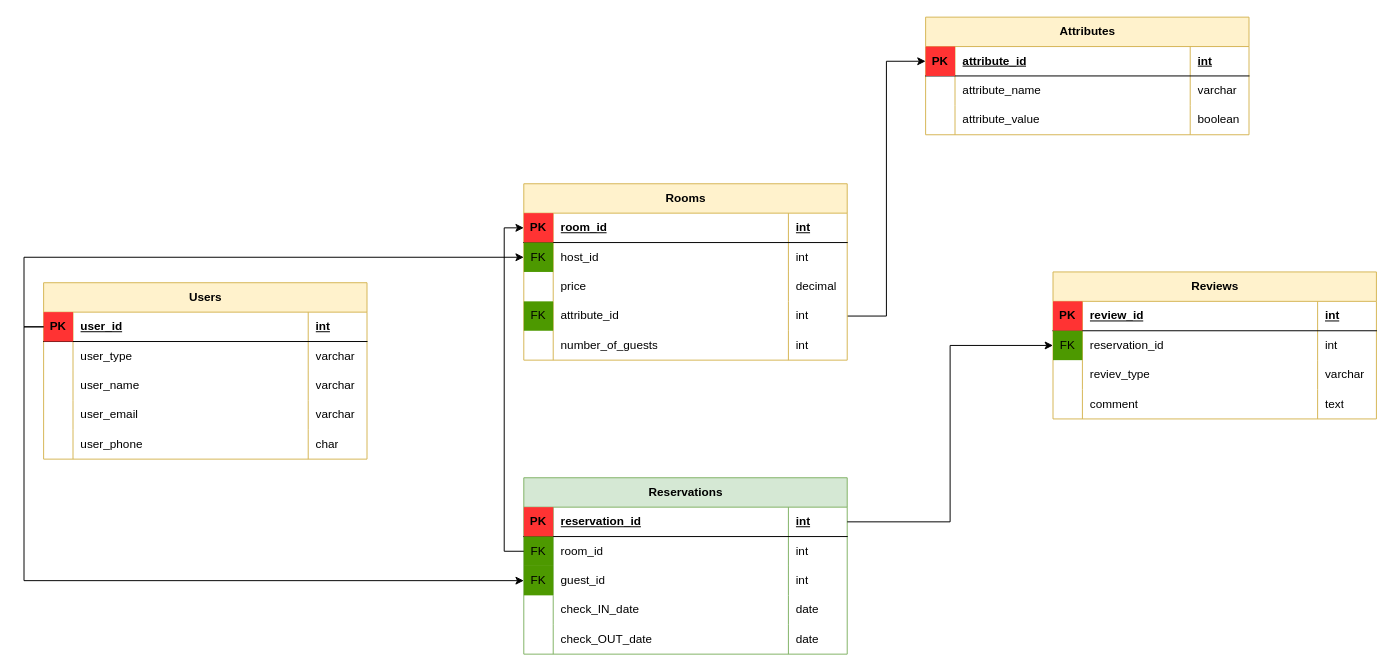
The draw.io diagram airbnb_diagram.drawio in Olha-Zhernosek/projector_homeworks, before the edit. Source tidied: cells renumbered, new cells numbered last; positions are measured from the earlier drawing's top-left corner, leaving out a move shared by most shapes. Both pictures are drawn from the tidied source at 98%, with x=0, y=0 at pixel (43, 17).
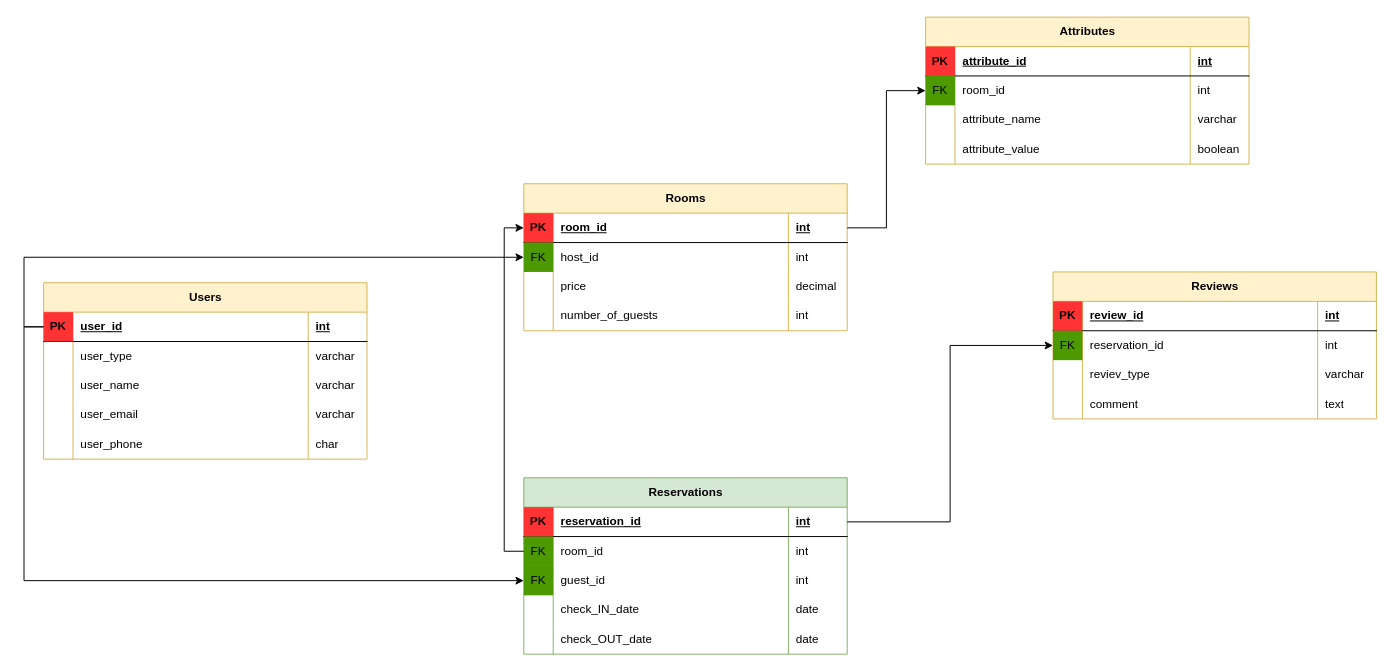
Above is the later version.

Unchanged cells that the change refers to:
```xml
<mxCell id="63" style="shape=tableRow;horizontal=0;startSize=0;swimlaneHead=0;swimlaneBody=0;fillColor=none;points=[[0,0.5],[1,0.5]];portConstraint=eastwest;top=0;left=0;right=0;bottom=1;" parent="62" vertex="1">
  <mxGeometry y="30" width="330" height="30" as="geometry" />
</mxCell>
<mxCell id="88" style="shape=tableRow;horizontal=0;startSize=0;swimlaneHead=0;swimlaneBody=0;fillColor=none;points=[[0,0.5],[1,0.5]];portConstraint=eastwest;top=0;left=0;right=0;bottom=1;" parent="87" vertex="1">
  <mxGeometry y="30" width="330" height="30" as="geometry" />
</mxCell>
<mxCell id="92" style="shape=tableRow;horizontal=0;startSize=0;swimlaneHead=0;swimlaneBody=0;fillColor=none;points=[[0,0.5],[1,0.5]];portConstraint=eastwest;top=0;left=0;right=0;bottom=0;" parent="87" vertex="1">
  <mxGeometry y="60" width="330" height="30" as="geometry" />
</mxCell>
```

Diff of the diagram source:
```diff
@@
-    <mxCell id="61" style="edgeStyle=orthogonalEdgeStyle;rounded=0;jettySize=auto;html=1;exitX=1;exitY=0.75;exitDx=0;exitDy=0;entryX=0;entryY=0.5;entryDx=0;entryDy=0;" parent="1" edge="1" source="62" target="88">
-      <mxGeometry relative="1" as="geometry" />
-    </mxCell>
     <mxCell id="62" value="Rooms" style="shape=table;startSize=30;childLayout=tableLayout;rowLines=0;fontStyle=1;align=center;html=1;fillColor=#fff2cc;strokeColor=#d6b656;" parent="1" vertex="1">
-      <mxGeometry x="490" y="170" width="330" height="180" as="geometry" />
+      <mxGeometry x="490" y="170" width="330" height="150" as="geometry" />
     </mxCell>
@@
-    <mxCell id="75" style="shape=tableRow;horizontal=0;startSize=0;swimlaneHead=0;swimlaneBody=0;fillColor=none;top=0;left=0;right=0;bottom=0;" parent="62" vertex="1">
-      <mxGeometry y="120" width="330" height="30" as="geometry" />
-    </mxCell>
-    <mxCell id="76" value="FK" style="shape=partialRectangle;fillColor=#4D9900;top=0;left=0;bottom=0;right=0;overflow=hidden;whiteSpace=wrap;html=1;" parent="75" vertex="1">
-      <mxGeometry width="30" height="30" as="geometry" />
-    </mxCell>
-    <mxCell id="77" value="attribute_id" style="shape=partialRectangle;fillColor=none;top=0;left=0;bottom=0;right=0;align=left;spacingLeft=6;overflow=hidden;whiteSpace=wrap;html=1;" parent="75" vertex="1">
-      <mxGeometry x="30" width="240" height="30" as="geometry" />
-    </mxCell>
-    <mxCell id="78" value="int" style="shape=partialRectangle;fillColor=none;top=0;left=0;bottom=0;right=0;align=left;spacingLeft=6;overflow=hidden;whiteSpace=wrap;html=1;" parent="75" vertex="1">
-      <mxGeometry x="270" width="60" height="30" as="geometry" />
-    </mxCell>
     <mxCell id="79" style="shape=tableRow;horizontal=0;startSize=0;swimlaneHead=0;swimlaneBody=0;fillColor=none;top=0;left=0;right=0;bottom=0;" parent="62" vertex="1">
-      <mxGeometry y="150" width="330" height="30" as="geometry" />
+      <mxGeometry y="120" width="330" height="30" as="geometry" />
     </mxCell>
@@
     <mxCell id="87" value="Attributes" style="shape=table;startSize=30;childLayout=tableLayout;rowLines=0;fontStyle=1;align=center;html=1;fillColor=#fff2cc;strokeColor=#d6b656;" parent="1" vertex="1">
-      <mxGeometry x="900" width="330" height="120" as="geometry" />
+      <mxGeometry x="900" width="330" height="150" as="geometry" />
     </mxCell>
@@
-    <mxCell id="93" style="shape=partialRectangle;fillColor=none;top=0;left=0;bottom=0;right=0;overflow=hidden;whiteSpace=wrap;html=1;" parent="92" vertex="1">
+    <mxCell id="93" value="FK" style="shape=partialRectangle;fillColor=#4D9900;top=0;left=0;bottom=0;right=0;overflow=hidden;whiteSpace=wrap;html=1;" parent="92" vertex="1">
       <mxGeometry width="30" height="30" as="geometry" />
     </mxCell>
-    <mxCell id="94" value="attribute_name" style="shape=partialRectangle;fillColor=none;top=0;left=0;bottom=0;right=0;align=left;spacingLeft=6;overflow=hidden;whiteSpace=wrap;html=1;" parent="92" vertex="1">
+    <mxCell id="94" value="room_id" style="shape=partialRectangle;fillColor=none;top=0;left=0;bottom=0;right=0;align=left;spacingLeft=6;overflow=hidden;whiteSpace=wrap;html=1;" parent="92" vertex="1">
       <mxGeometry x="30" width="240" height="30" as="geometry" />
     </mxCell>
-    <mxCell id="95" value="varchar" style="shape=partialRectangle;fillColor=none;top=0;left=0;bottom=0;right=0;align=left;spacingLeft=6;overflow=hidden;whiteSpace=wrap;html=1;" parent="92" vertex="1">
+    <mxCell id="95" value="int" style="shape=partialRectangle;fillColor=none;top=0;left=0;bottom=0;right=0;align=left;spacingLeft=6;overflow=hidden;whiteSpace=wrap;html=1;" parent="92" vertex="1">
       <mxGeometry x="270" width="60" height="30" as="geometry" />
     </mxCell>
+    <mxCell id="100" style="shape=tableRow;horizontal=0;startSize=0;swimlaneHead=0;swimlaneBody=0;fillColor=none;top=0;left=0;right=0;bottom=0;" parent="87" vertex="1">
+      <mxGeometry y="90" width="330" height="30" as="geometry" />
+    </mxCell>
+    <mxCell id="101" style="shape=partialRectangle;fillColor=none;top=0;left=0;bottom=0;right=0;overflow=hidden;whiteSpace=wrap;html=1;" parent="100" vertex="1">
+      <mxGeometry width="30" height="30" as="geometry" />
+    </mxCell>
+    <mxCell id="102" value="attribute_name" style="shape=partialRectangle;fillColor=none;top=0;left=0;bottom=0;right=0;align=left;spacingLeft=6;overflow=hidden;whiteSpace=wrap;html=1;" parent="100" vertex="1">
+      <mxGeometry x="30" width="240" height="30" as="geometry" />
+    </mxCell>
+    <mxCell id="103" value="varchar" style="shape=partialRectangle;fillColor=none;top=0;left=0;bottom=0;right=0;align=left;spacingLeft=6;overflow=hidden;whiteSpace=wrap;html=1;" parent="100" vertex="1">
+      <mxGeometry x="270" width="60" height="30" as="geometry" />
+    </mxCell>
     <mxCell id="96" style="shape=tableRow;horizontal=0;startSize=0;swimlaneHead=0;swimlaneBody=0;fillColor=none;top=0;left=0;right=0;bottom=0;" parent="87" vertex="1">
-      <mxGeometry y="90" width="330" height="30" as="geometry" />
+      <mxGeometry y="120" width="330" height="30" as="geometry" />
     </mxCell>
@@
+    <mxCell id="104" style="edgeStyle=orthogonalEdgeStyle;rounded=0;jettySize=auto;html=1;exitX=1;exitY=0.5;exitDx=0;exitDy=0;" parent="1" edge="1" source="63" target="92">
+      <mxGeometry relative="1" as="geometry" />
+    </mxCell>
```
